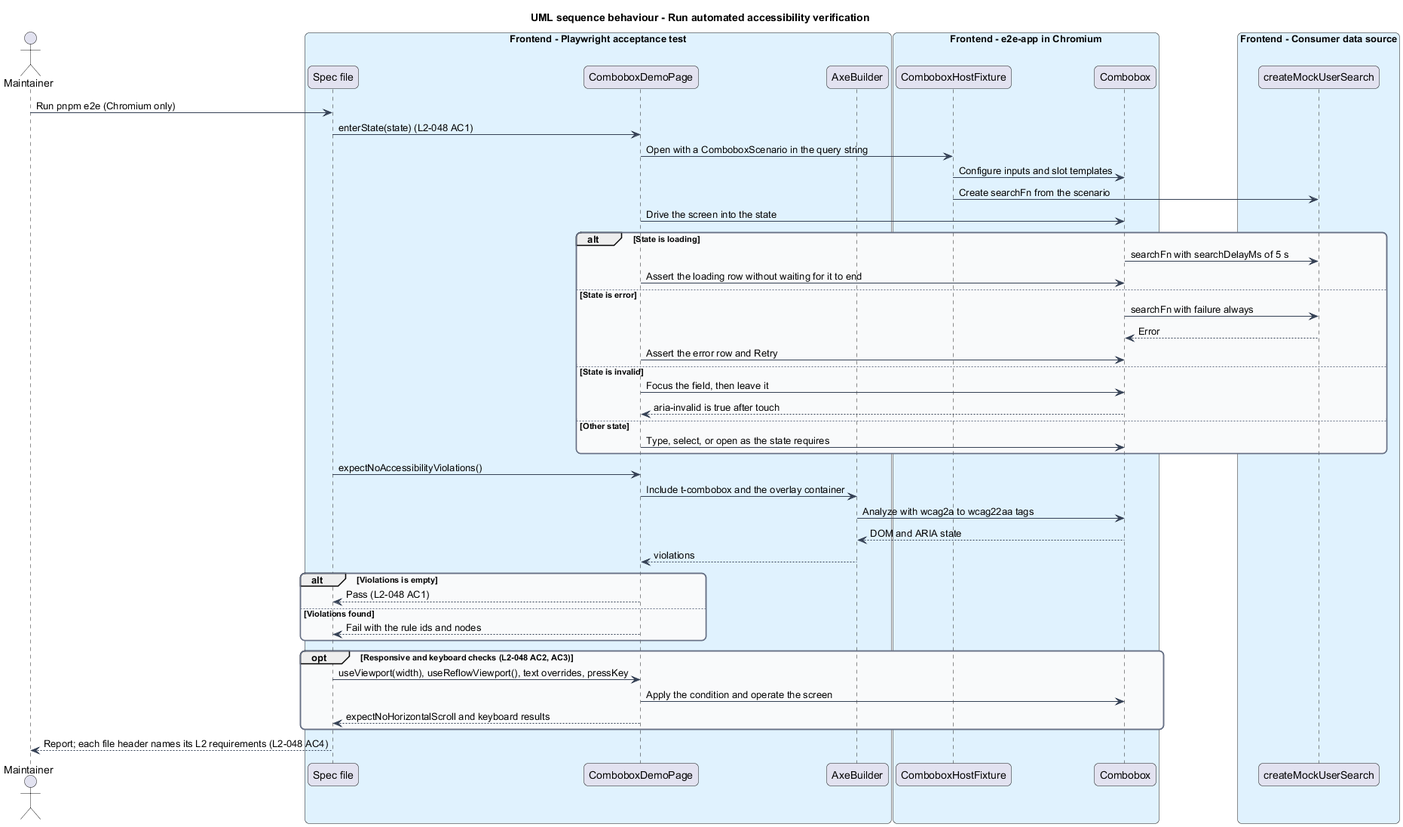
This is docs/detailed-designs/combobox/verify-and-document/diagrams/sequence-axe-verification.png from QuinntyneBrown/Tessera, a PlantUML export, as it was before one commit.
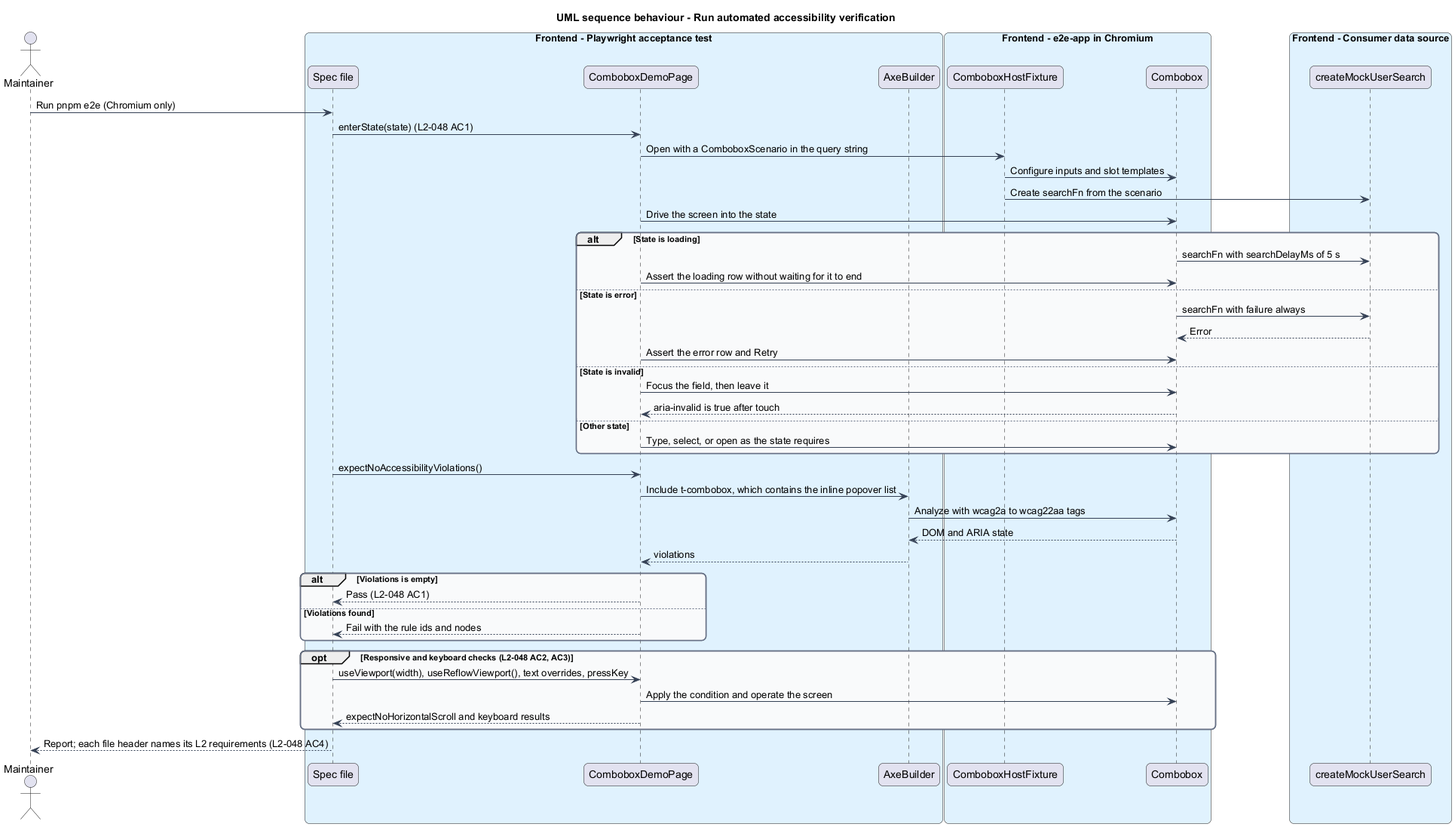
The same diagram one commit later.

Change to the diagram source:
```diff
@@ -48,7 +48,7 @@
   page -> cb : Type, select, or open as the state requires
 end
 spec -> page : expectNoAccessibilityViolations()
-page -> axe : Include t-combobox and the overlay container
+page -> axe : Include t-combobox, which contains the inline popover list
 axe -> cb : Analyze with wcag2a to wcag22aa tags
 cb --> axe : DOM and ARIA state
 axe --> page : violations
```
